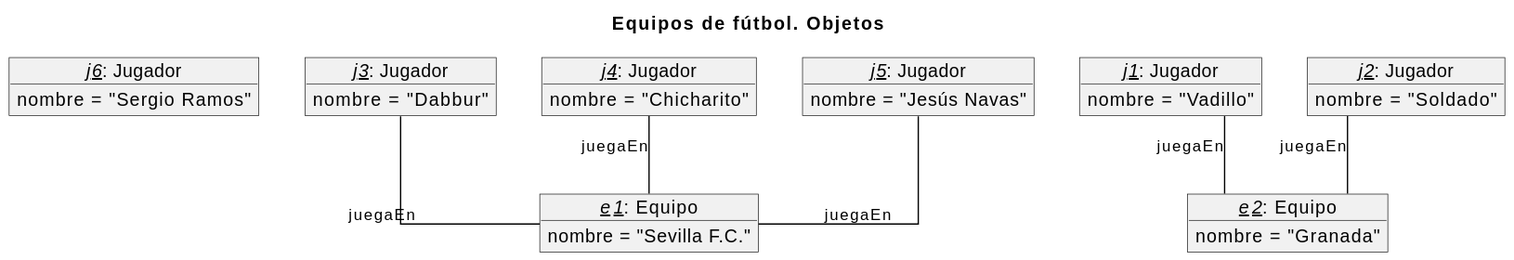
IISSI-US/web keeps this PlantUML diagram as assets/slides/iissi1/t6-introduccion-al-modelado-conceptual/puml/do-equipos-futbol.svg. Above is the earlier version.
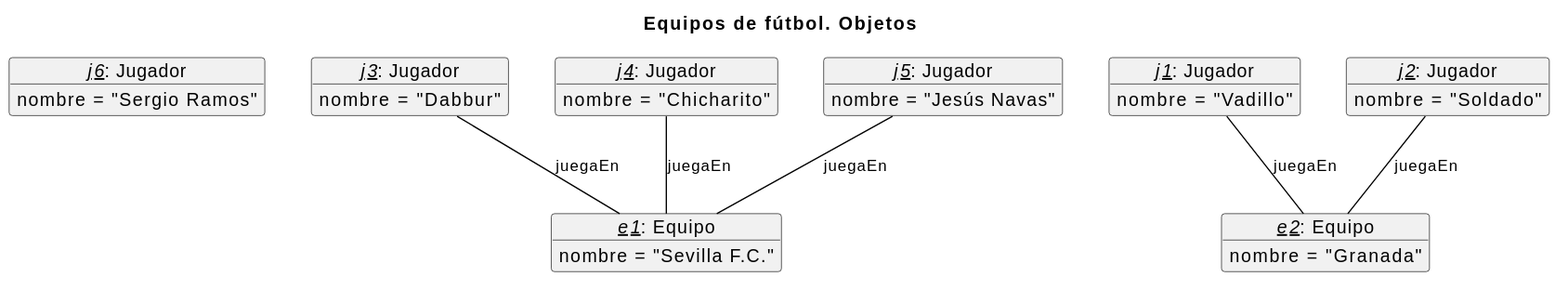
Above is the later version.

Diff of the diagram source:
```diff
@@ -1,8 +1,37 @@
 @startuml
 title Equipos de fútbol. Objetos
 !include ../../puml/final.iuml
-!include Jugadores.iuml
-!include Equipos.iuml
+object "<u><i>j1: Jugador" as j1 {
+nombre = "Vadillo"
+}
+
+object "<u><i>j2: Jugador" as j2 {
+nombre = "Soldado"
+}
+
+object "<u><i>j3: Jugador" as j3 {
+nombre = "Dabbur"
+}
+
+object "<u><i>j4: Jugador" as j4 {
+nombre = "Chicharito"
+}
+
+object "<u><i>j5: Jugador" as j5 {
+nombre = "Jesús Navas"
+}
+
+object "<u><i>j6: Jugador" as j6 {
+nombre = "Sergio Ramos"
+}
+
+object "<u><i>e1: Equipo" as e1{
+nombre = "Sevilla F.C."
+}
+
+object "<u><i>e2: Equipo" as e2{
+nombre = "Granada"
+}
 
 j1 --  e2: juegaEn
 j2 --  e2: juegaEn
```
